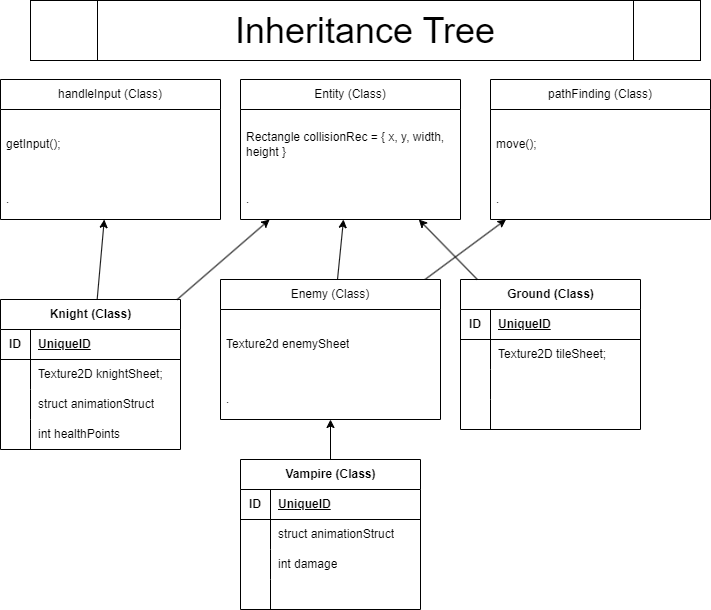
Above: Inheritance Chart.png in justdark09/RaylibGame (draw.io), before the change. Source tidied: cells renumbered, new cells last; positions are measured from the earlier drawing's top-left corner, leaving out a move shared by most shapes. Source of this version:
```xml
<mxGraphModel>
  <root>
    <mxCell id="0" />
    <mxCell id="1" parent="0" />
    <mxCell id="2" value="Entity (Class)" style="swimlane;fontStyle=0;horizontal=1;startSize=30;whiteSpace=wrap;html=1;" parent="1" vertex="1">
      <mxGeometry x="240" y="79" width="220" height="140" as="geometry" />
    </mxCell>
    <mxCell id="3" value="Rectangle collisionRec = { x, y, width, height }" style="text;strokeColor=none;fillColor=none;align=left;verticalAlign=middle;spacingLeft=4;spacingRight=4;overflow=hidden;whiteSpace=wrap;html=1;" parent="2" vertex="1">
      <mxGeometry y="30" width="220" height="70" as="geometry" />
    </mxCell>
    <mxCell id="4" value="." style="text;strokeColor=none;fillColor=none;align=left;verticalAlign=middle;spacingLeft=4;spacingRight=4;overflow=hidden;whiteSpace=wrap;html=1;" parent="2" vertex="1">
      <mxGeometry y="100" width="220" height="40" as="geometry" />
    </mxCell>
    <mxCell id="5" value="Knight (Class)" style="shape=table;startSize=30;rowLines=0;fontStyle=1;align=center;html=1;" parent="1" vertex="1">
      <mxGeometry y="299" width="180" height="150" as="geometry" />
    </mxCell>
    <mxCell id="6" style="shape=tableRow;horizontal=0;startSize=0;swimlaneHead=0;swimlaneBody=0;fillColor=none;top=0;left=0;right=0;bottom=1;" parent="5" vertex="1">
      <mxGeometry y="30" width="180" height="30" as="geometry" />
    </mxCell>
    <mxCell id="7" value="ID" style="shape=partialRectangle;fillColor=none;top=0;left=0;bottom=0;right=0;fontStyle=1;overflow=hidden;whiteSpace=wrap;html=1;" parent="6" vertex="1">
      <mxGeometry width="30" height="30" as="geometry" />
    </mxCell>
    <mxCell id="8" value="UniqueID" style="shape=partialRectangle;fillColor=none;top=0;left=0;bottom=0;right=0;align=left;spacingLeft=6;fontStyle=5;overflow=hidden;whiteSpace=wrap;html=1;" parent="6" vertex="1">
      <mxGeometry x="30" width="150" height="30" as="geometry" />
    </mxCell>
    <mxCell id="9" style="shape=tableRow;horizontal=0;startSize=0;swimlaneHead=0;swimlaneBody=0;fillColor=none;top=0;left=0;right=0;bottom=0;" parent="5" vertex="1">
      <mxGeometry y="60" width="180" height="30" as="geometry" />
    </mxCell>
    <mxCell id="10" style="shape=partialRectangle;fillColor=none;top=0;left=0;bottom=0;right=0;overflow=hidden;whiteSpace=wrap;html=1;" parent="9" vertex="1">
      <mxGeometry width="30" height="30" as="geometry" />
    </mxCell>
    <mxCell id="11" value="Texture2D knightSheet;" style="shape=partialRectangle;fillColor=none;top=0;left=0;bottom=0;right=0;align=left;spacingLeft=6;overflow=hidden;whiteSpace=wrap;html=1;" parent="9" vertex="1">
      <mxGeometry x="30" width="150" height="30" as="geometry" />
    </mxCell>
    <mxCell id="12" style="shape=tableRow;horizontal=0;startSize=0;swimlaneHead=0;swimlaneBody=0;fillColor=none;top=0;left=0;right=0;bottom=0;" parent="5" vertex="1">
      <mxGeometry y="90" width="180" height="30" as="geometry" />
    </mxCell>
    <mxCell id="13" style="shape=partialRectangle;fillColor=none;top=0;left=0;bottom=0;right=0;overflow=hidden;whiteSpace=wrap;html=1;" parent="12" vertex="1">
      <mxGeometry width="30" height="30" as="geometry" />
    </mxCell>
    <mxCell id="14" value="struct animationStruct" style="shape=partialRectangle;fillColor=none;top=0;left=0;bottom=0;right=0;align=left;spacingLeft=6;overflow=hidden;whiteSpace=wrap;html=1;" parent="12" vertex="1">
      <mxGeometry x="30" width="150" height="30" as="geometry" />
    </mxCell>
    <mxCell id="15" style="shape=tableRow;horizontal=0;startSize=0;swimlaneHead=0;swimlaneBody=0;fillColor=none;top=0;left=0;right=0;bottom=0;" parent="5" vertex="1">
      <mxGeometry y="120" width="180" height="30" as="geometry" />
    </mxCell>
    <mxCell id="16" style="shape=partialRectangle;fillColor=none;top=0;left=0;bottom=0;right=0;overflow=hidden;whiteSpace=wrap;html=1;" parent="15" vertex="1">
      <mxGeometry width="30" height="30" as="geometry" />
    </mxCell>
    <mxCell id="17" value="int healthPoints" style="shape=partialRectangle;fillColor=none;top=0;left=0;bottom=0;right=0;align=left;spacingLeft=6;overflow=hidden;whiteSpace=wrap;html=1;" parent="15" vertex="1">
      <mxGeometry x="30" width="150" height="30" as="geometry" />
    </mxCell>
    <mxCell id="18" value="handleInput (Class)" style="swimlane;fontStyle=0;horizontal=1;startSize=30;whiteSpace=wrap;html=1;" parent="1" vertex="1">
      <mxGeometry y="79" width="220" height="140" as="geometry" />
    </mxCell>
    <mxCell id="19" value="getInput();" style="text;strokeColor=none;fillColor=none;align=left;verticalAlign=middle;spacingLeft=4;spacingRight=4;overflow=hidden;whiteSpace=wrap;html=1;" parent="18" vertex="1">
      <mxGeometry y="30" width="220" height="70" as="geometry" />
    </mxCell>
    <mxCell id="20" value="." style="text;strokeColor=none;fillColor=none;align=left;verticalAlign=middle;spacingLeft=4;spacingRight=4;overflow=hidden;whiteSpace=wrap;html=1;" parent="18" vertex="1">
      <mxGeometry y="100" width="220" height="40" as="geometry" />
    </mxCell>
    <mxCell id="21" style="endArrow=classic;html=1;rounded=0;" parent="1" edge="1" source="5" target="2">
      <mxGeometry relative="1" as="geometry" />
    </mxCell>
    <mxCell id="22" style="endArrow=classic;html=1;rounded=0;" parent="1" edge="1" source="5" target="18">
      <mxGeometry relative="1" as="geometry" />
    </mxCell>
    <mxCell id="23" style="endArrow=classic;html=1;rounded=0;" parent="1" edge="1" source="55" target="2">
      <mxGeometry relative="1" as="geometry" />
    </mxCell>
    <mxCell id="24" value="Vampire (Class)" style="shape=table;startSize=30;rowLines=0;fontStyle=1;align=center;html=1;" parent="1" vertex="1">
      <mxGeometry x="240" y="459" width="180" height="150" as="geometry" />
    </mxCell>
    <mxCell id="25" style="shape=tableRow;horizontal=0;startSize=0;swimlaneHead=0;swimlaneBody=0;fillColor=none;top=0;left=0;right=0;bottom=1;" parent="24" vertex="1">
      <mxGeometry y="30" width="180" height="30" as="geometry" />
    </mxCell>
    <mxCell id="26" value="ID" style="shape=partialRectangle;fillColor=none;top=0;left=0;bottom=0;right=0;fontStyle=1;overflow=hidden;whiteSpace=wrap;html=1;" parent="25" vertex="1">
      <mxGeometry width="30" height="30" as="geometry" />
    </mxCell>
    <mxCell id="27" value="UniqueID" style="shape=partialRectangle;fillColor=none;top=0;left=0;bottom=0;right=0;align=left;spacingLeft=6;fontStyle=5;overflow=hidden;whiteSpace=wrap;html=1;" parent="25" vertex="1">
      <mxGeometry x="30" width="150" height="30" as="geometry" />
    </mxCell>
    <mxCell id="28" style="shape=tableRow;horizontal=0;startSize=0;swimlaneHead=0;swimlaneBody=0;fillColor=none;top=0;left=0;right=0;bottom=0;" parent="24" vertex="1">
      <mxGeometry y="60" width="180" height="30" as="geometry" />
    </mxCell>
    <mxCell id="29" style="shape=partialRectangle;fillColor=none;top=0;left=0;bottom=0;right=0;overflow=hidden;whiteSpace=wrap;html=1;" parent="28" vertex="1">
      <mxGeometry width="30" height="30" as="geometry" />
    </mxCell>
    <mxCell id="30" value="struct animationStruct" style="shape=partialRectangle;fillColor=none;top=0;left=0;bottom=0;right=0;align=left;spacingLeft=6;overflow=hidden;whiteSpace=wrap;html=1;" parent="28" vertex="1">
      <mxGeometry x="30" width="150" height="30" as="geometry" />
    </mxCell>
    <mxCell id="31" style="shape=tableRow;horizontal=0;startSize=0;swimlaneHead=0;swimlaneBody=0;fillColor=none;top=0;left=0;right=0;bottom=0;" parent="24" vertex="1">
      <mxGeometry y="90" width="180" height="30" as="geometry" />
    </mxCell>
    <mxCell id="32" style="shape=partialRectangle;fillColor=none;top=0;left=0;bottom=0;right=0;overflow=hidden;whiteSpace=wrap;html=1;" parent="31" vertex="1">
      <mxGeometry width="30" height="30" as="geometry" />
    </mxCell>
    <mxCell id="33" value="int damage" style="shape=partialRectangle;fillColor=none;top=0;left=0;bottom=0;right=0;align=left;spacingLeft=6;overflow=hidden;whiteSpace=wrap;html=1;" parent="31" vertex="1">
      <mxGeometry x="30" width="150" height="30" as="geometry" />
    </mxCell>
    <mxCell id="34" style="shape=tableRow;horizontal=0;startSize=0;swimlaneHead=0;swimlaneBody=0;fillColor=none;top=0;left=0;right=0;bottom=0;" parent="24" vertex="1">
      <mxGeometry y="120" width="180" height="30" as="geometry" />
    </mxCell>
    <mxCell id="35" style="shape=partialRectangle;fillColor=none;top=0;left=0;bottom=0;right=0;overflow=hidden;whiteSpace=wrap;html=1;" parent="34" vertex="1">
      <mxGeometry width="30" height="30" as="geometry" />
    </mxCell>
    <mxCell id="36" style="shape=partialRectangle;fillColor=none;top=0;left=0;bottom=0;right=0;align=left;spacingLeft=6;overflow=hidden;whiteSpace=wrap;html=1;" parent="34" vertex="1">
      <mxGeometry x="30" width="150" height="30" as="geometry" />
    </mxCell>
    <mxCell id="37" style="endArrow=classic;html=1;rounded=0;" parent="1" edge="1" source="24" target="55">
      <mxGeometry relative="1" as="geometry" />
    </mxCell>
    <mxCell id="38" value="pathFinding (Class)" style="swimlane;fontStyle=0;horizontal=1;startSize=30;whiteSpace=wrap;html=1;" parent="1" vertex="1">
      <mxGeometry x="490" y="79" width="220" height="140" as="geometry" />
    </mxCell>
    <mxCell id="39" value="move();" style="text;strokeColor=none;fillColor=none;align=left;verticalAlign=middle;spacingLeft=4;spacingRight=4;overflow=hidden;whiteSpace=wrap;html=1;" parent="38" vertex="1">
      <mxGeometry y="30" width="220" height="70" as="geometry" />
    </mxCell>
    <mxCell id="40" value="." style="text;strokeColor=none;fillColor=none;align=left;verticalAlign=middle;spacingLeft=4;spacingRight=4;overflow=hidden;whiteSpace=wrap;html=1;" parent="38" vertex="1">
      <mxGeometry y="100" width="220" height="40" as="geometry" />
    </mxCell>
    <mxCell id="41" style="endArrow=classic;html=1;rounded=0;" parent="1" edge="1" source="55" target="38">
      <mxGeometry relative="1" as="geometry" />
    </mxCell>
    <mxCell id="42" value="Ground (Class)" style="shape=table;startSize=30;rowLines=0;fontStyle=1;align=center;html=1;" parent="1" vertex="1">
      <mxGeometry x="460" y="279" width="180" height="150" as="geometry" />
    </mxCell>
    <mxCell id="43" style="shape=tableRow;horizontal=0;startSize=0;swimlaneHead=0;swimlaneBody=0;fillColor=none;top=0;left=0;right=0;bottom=1;" parent="42" vertex="1">
      <mxGeometry y="30" width="180" height="30" as="geometry" />
    </mxCell>
    <mxCell id="44" value="ID" style="shape=partialRectangle;fillColor=none;top=0;left=0;bottom=0;right=0;fontStyle=1;overflow=hidden;whiteSpace=wrap;html=1;" parent="43" vertex="1">
      <mxGeometry width="30" height="30" as="geometry" />
    </mxCell>
    <mxCell id="45" value="UniqueID" style="shape=partialRectangle;fillColor=none;top=0;left=0;bottom=0;right=0;align=left;spacingLeft=6;fontStyle=5;overflow=hidden;whiteSpace=wrap;html=1;" parent="43" vertex="1">
      <mxGeometry x="30" width="150" height="30" as="geometry" />
    </mxCell>
    <mxCell id="46" style="shape=tableRow;horizontal=0;startSize=0;swimlaneHead=0;swimlaneBody=0;fillColor=none;top=0;left=0;right=0;bottom=0;" parent="42" vertex="1">
      <mxGeometry y="60" width="180" height="30" as="geometry" />
    </mxCell>
    <mxCell id="47" style="shape=partialRectangle;fillColor=none;top=0;left=0;bottom=0;right=0;overflow=hidden;whiteSpace=wrap;html=1;" parent="46" vertex="1">
      <mxGeometry width="30" height="30" as="geometry" />
    </mxCell>
    <mxCell id="48" value="Texture2D tileSheet;" style="shape=partialRectangle;fillColor=none;top=0;left=0;bottom=0;right=0;align=left;spacingLeft=6;overflow=hidden;whiteSpace=wrap;html=1;" parent="46" vertex="1">
      <mxGeometry x="30" width="150" height="30" as="geometry" />
    </mxCell>
    <mxCell id="49" style="shape=tableRow;horizontal=0;startSize=0;swimlaneHead=0;swimlaneBody=0;fillColor=none;top=0;left=0;right=0;bottom=0;" parent="42" vertex="1">
      <mxGeometry y="90" width="180" height="30" as="geometry" />
    </mxCell>
    <mxCell id="50" style="shape=partialRectangle;fillColor=none;top=0;left=0;bottom=0;right=0;overflow=hidden;whiteSpace=wrap;html=1;" parent="49" vertex="1">
      <mxGeometry width="30" height="30" as="geometry" />
    </mxCell>
    <mxCell id="51" style="shape=partialRectangle;fillColor=none;top=0;left=0;bottom=0;right=0;align=left;spacingLeft=6;overflow=hidden;whiteSpace=wrap;html=1;" parent="49" vertex="1">
      <mxGeometry x="30" width="150" height="30" as="geometry" />
    </mxCell>
    <mxCell id="52" style="shape=tableRow;horizontal=0;startSize=0;swimlaneHead=0;swimlaneBody=0;fillColor=none;top=0;left=0;right=0;bottom=0;" parent="42" vertex="1">
      <mxGeometry y="120" width="180" height="30" as="geometry" />
    </mxCell>
    <mxCell id="53" style="shape=partialRectangle;fillColor=none;top=0;left=0;bottom=0;right=0;overflow=hidden;whiteSpace=wrap;html=1;" parent="52" vertex="1">
      <mxGeometry width="30" height="30" as="geometry" />
    </mxCell>
    <mxCell id="54" style="shape=partialRectangle;fillColor=none;top=0;left=0;bottom=0;right=0;align=left;spacingLeft=6;overflow=hidden;whiteSpace=wrap;html=1;" parent="52" vertex="1">
      <mxGeometry x="30" width="150" height="30" as="geometry" />
    </mxCell>
    <mxCell id="55" value="Enemy (Class)" style="swimlane;fontStyle=0;horizontal=1;startSize=30;whiteSpace=wrap;html=1;" parent="1" vertex="1">
      <mxGeometry x="220" y="279" width="220" height="140" as="geometry" />
    </mxCell>
    <mxCell id="56" value="Texture2d enemySheet" style="text;strokeColor=none;fillColor=none;align=left;verticalAlign=middle;spacingLeft=4;spacingRight=4;overflow=hidden;whiteSpace=wrap;html=1;" parent="55" vertex="1">
      <mxGeometry y="30" width="220" height="70" as="geometry" />
    </mxCell>
    <mxCell id="57" value="." style="text;strokeColor=none;fillColor=none;align=left;verticalAlign=middle;spacingLeft=4;spacingRight=4;overflow=hidden;whiteSpace=wrap;html=1;" parent="55" vertex="1">
      <mxGeometry y="100" width="220" height="40" as="geometry" />
    </mxCell>
    <mxCell id="58" style="endArrow=classic;html=1;rounded=0;" parent="1" edge="1" source="42" target="2">
      <mxGeometry relative="1" as="geometry" />
    </mxCell>
    <mxCell id="59" value="&lt;font style=&quot;font-size: 36px;&quot;&gt;Inheritance Tree&lt;/font&gt;" style="shape=process;whiteSpace=wrap;html=1;backgroundOutline=1;" parent="1" vertex="1">
      <mxGeometry x="30" width="670" height="60" as="geometry" />
    </mxCell>
  </root>
</mxGraphModel>
```
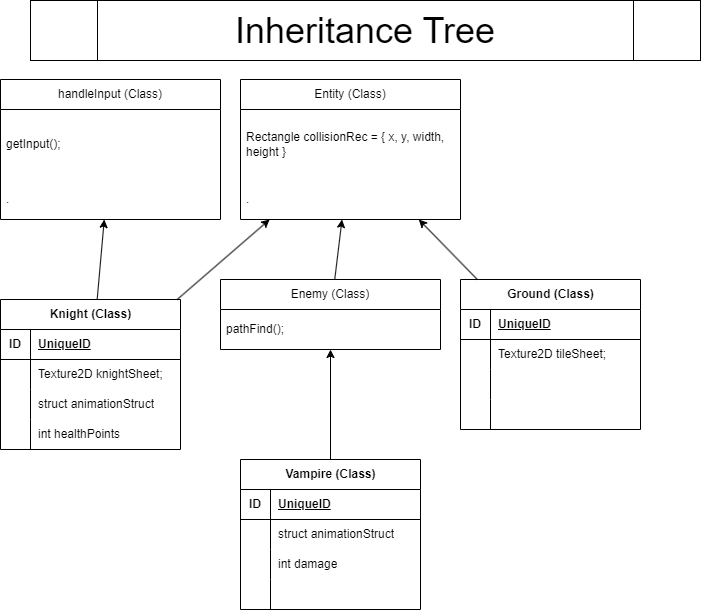
After the change.

Commit message:
removed pathfinding class - will just be a part of the entity

The edit, as a diff of the source:
```diff
@@ -110,18 +110,6 @@
     <mxCell id="37" style="endArrow=classic;html=1;rounded=0;" parent="1" edge="1" source="24" target="55">
       <mxGeometry relative="1" as="geometry" />
     </mxCell>
-    <mxCell id="38" value="pathFinding (Class)" style="swimlane;fontStyle=0;horizontal=1;startSize=30;whiteSpace=wrap;html=1;" parent="1" vertex="1">
-      <mxGeometry x="490" y="79" width="220" height="140" as="geometry" />
-    </mxCell>
-    <mxCell id="39" value="move();" style="text;strokeColor=none;fillColor=none;align=left;verticalAlign=middle;spacingLeft=4;spacingRight=4;overflow=hidden;whiteSpace=wrap;html=1;" parent="38" vertex="1">
-      <mxGeometry y="30" width="220" height="70" as="geometry" />
-    </mxCell>
-    <mxCell id="40" value="." style="text;strokeColor=none;fillColor=none;align=left;verticalAlign=middle;spacingLeft=4;spacingRight=4;overflow=hidden;whiteSpace=wrap;html=1;" parent="38" vertex="1">
-      <mxGeometry y="100" width="220" height="40" as="geometry" />
-    </mxCell>
-    <mxCell id="41" style="endArrow=classic;html=1;rounded=0;" parent="1" edge="1" source="55" target="38">
-      <mxGeometry relative="1" as="geometry" />
-    </mxCell>
     <mxCell id="42" value="Ground (Class)" style="shape=table;startSize=30;rowLines=0;fontStyle=1;align=center;html=1;" parent="1" vertex="1">
       <mxGeometry x="460" y="279" width="180" height="150" as="geometry" />
     </mxCell>
@@ -162,13 +150,10 @@
       <mxGeometry x="30" width="150" height="30" as="geometry" />
     </mxCell>
     <mxCell id="55" value="Enemy (Class)" style="swimlane;fontStyle=0;horizontal=1;startSize=30;whiteSpace=wrap;html=1;" parent="1" vertex="1">
-      <mxGeometry x="220" y="279" width="220" height="140" as="geometry" />
+      <mxGeometry x="220" y="279" width="220" height="70" as="geometry" />
     </mxCell>
-    <mxCell id="56" value="Texture2d enemySheet" style="text;strokeColor=none;fillColor=none;align=left;verticalAlign=middle;spacingLeft=4;spacingRight=4;overflow=hidden;whiteSpace=wrap;html=1;" parent="55" vertex="1">
-      <mxGeometry y="30" width="220" height="70" as="geometry" />
-    </mxCell>
-    <mxCell id="57" value="." style="text;strokeColor=none;fillColor=none;align=left;verticalAlign=middle;spacingLeft=4;spacingRight=4;overflow=hidden;whiteSpace=wrap;html=1;" parent="55" vertex="1">
-      <mxGeometry y="100" width="220" height="40" as="geometry" />
+    <mxCell id="57" value="pathFind();" style="text;strokeColor=none;fillColor=none;align=left;verticalAlign=middle;spacingLeft=4;spacingRight=4;overflow=hidden;whiteSpace=wrap;html=1;" parent="55" vertex="1">
+      <mxGeometry y="30" width="220" height="40" as="geometry" />
     </mxCell>
     <mxCell id="58" style="endArrow=classic;html=1;rounded=0;" parent="1" edge="1" source="42" target="2">
       <mxGeometry relative="1" as="geometry" />
```
